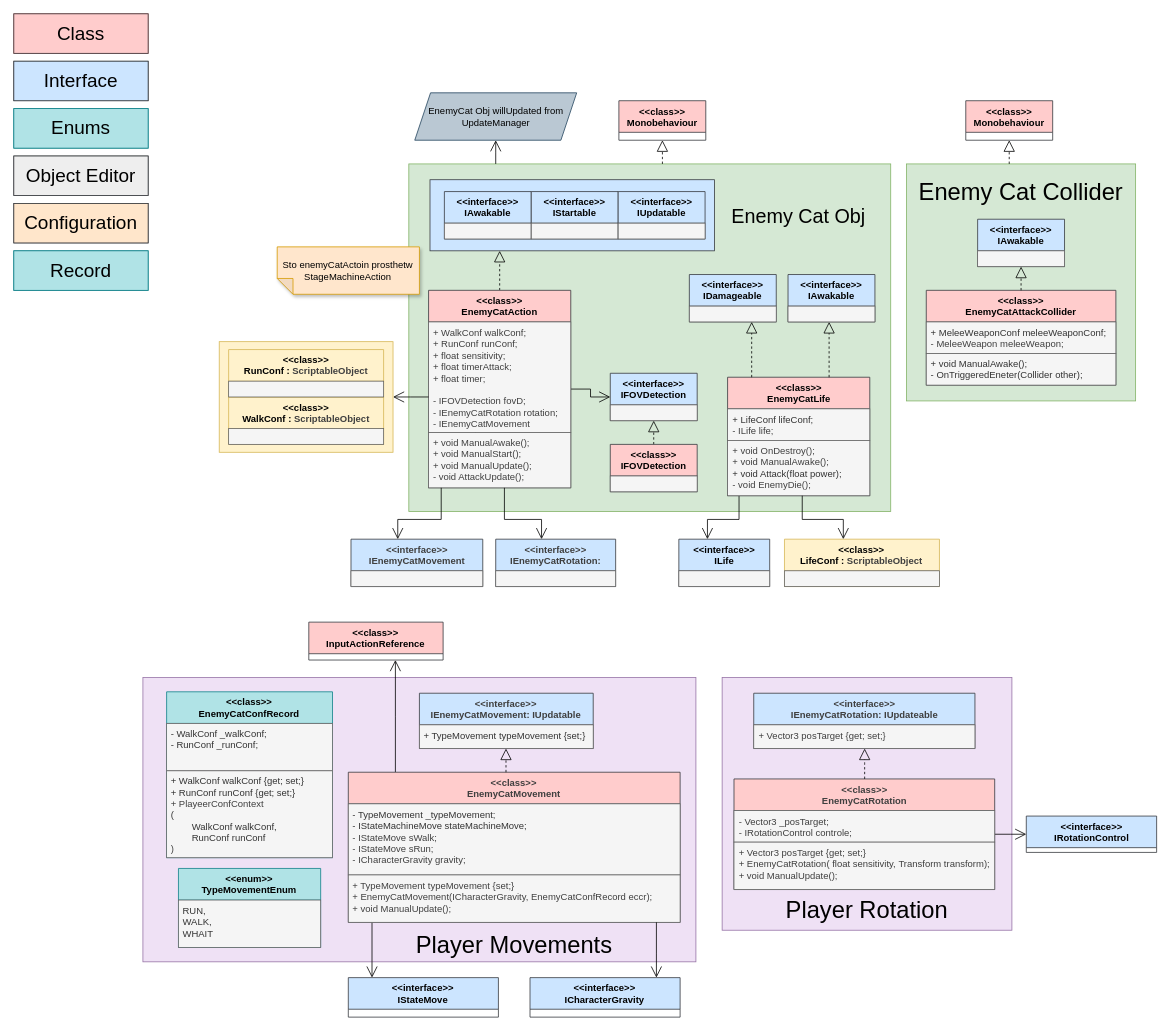
The draw.io diagram doc/Class_Diagram_EnemyCat.drawio in OGecgo/TheCatCult, before the edit. Source tidied: cells renumbered, new cells numbered last; positions are measured from the earlier drawing's top-left corner, leaving out a move shared by most shapes. Both pictures are drawn from the tidied source at 79%, with x=0, y=0 at pixel (13, 13).
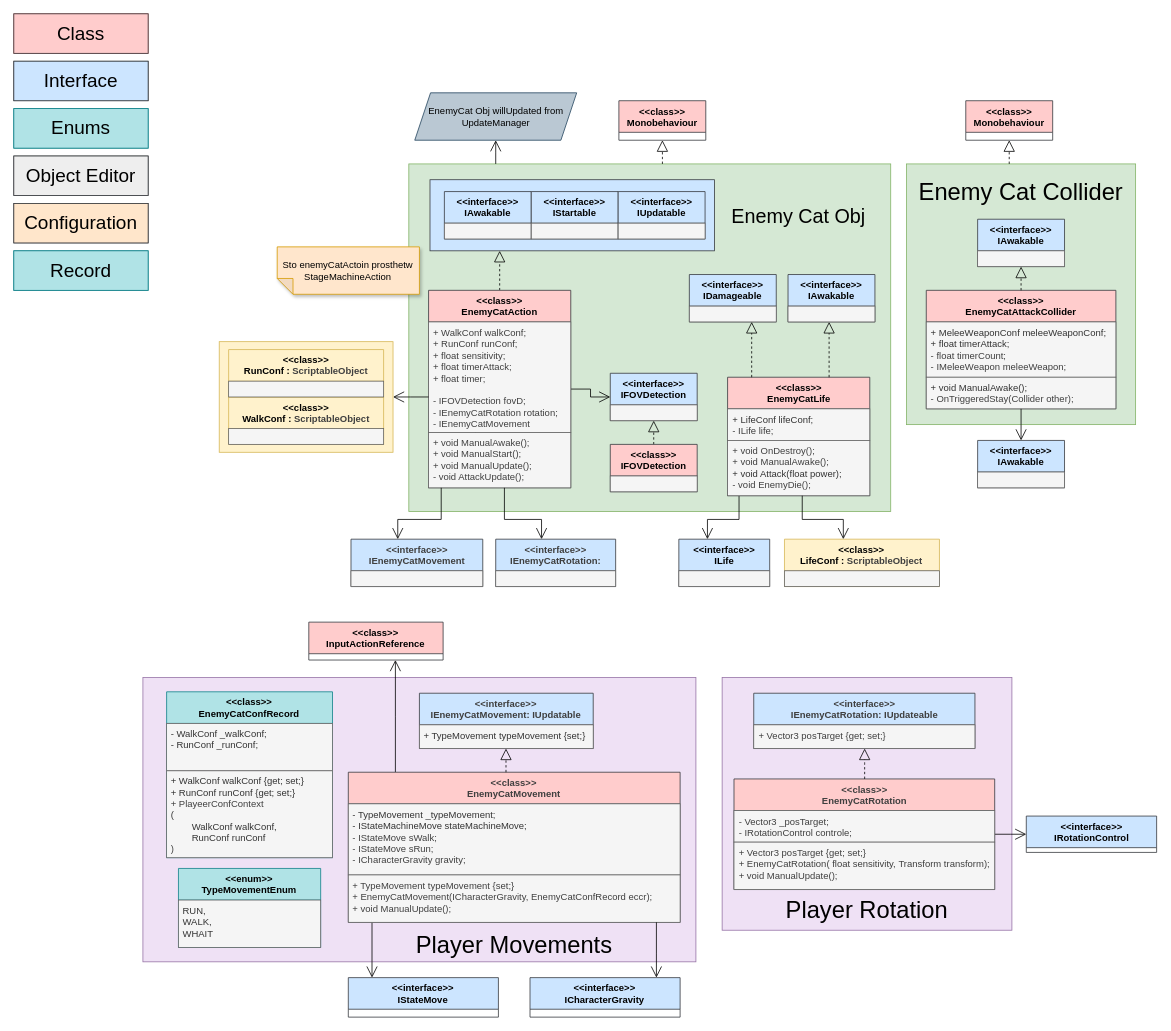
The same page after the edit.

The edit, as a diff of the source:
```diff
@@
     <mxCell id="102" style="rounded=0;whiteSpace=wrap;html=1;fillColor=#d5e8d4;strokeColor=#82b366;strokeWidth=1;" parent="1" vertex="1">
-      <mxGeometry x="1130" y="190" width="290" height="300" as="geometry" />
+      <mxGeometry x="1130" y="190" width="290" height="330" as="geometry" />
     </mxCell>
@@
     <mxCell id="104" value="&lt;div&gt;&amp;lt;&amp;lt;class&amp;gt;&amp;gt;&lt;/div&gt;&lt;div&gt;EnemyCatAttackCollider&lt;/div&gt;" style="swimlane;fontStyle=1;align=center;verticalAlign=top;horizontal=1;startSize=40;whiteSpace=wrap;html=1;fillColor=#ffcccc;strokeColor=#36393d;" parent="1" vertex="1">
-      <mxGeometry x="1155" y="350" width="240" height="120" as="geometry" />
+      <mxGeometry x="1155" y="350" width="240" height="150" as="geometry" />
     </mxCell>
-    <mxCell id="105" value="&lt;div&gt;+ MeleeWeaponConf meleeWeaponConf;&lt;/div&gt;&lt;div&gt;&lt;span style=&quot;color: rgb(63, 63, 63);&quot;&gt;- MeleeWeapon meleeWeapon;&lt;/span&gt;&lt;/div&gt;" style="text;align=left;verticalAlign=top;spacingLeft=4;spacingRight=4;overflow=hidden;whiteSpace=wrap;html=1;fillColor=#f5f5f5;fontColor=#333333;strokeColor=#666666;" parent="104" vertex="1">
-      <mxGeometry y="40" width="240" height="40" as="geometry" />
+    <mxCell id="105" value="&lt;div&gt;+ MeleeWeaponConf meleeWeaponConf;&lt;/div&gt;&lt;div&gt;+ float timerAttack;&lt;/div&gt;&lt;div&gt;&lt;span style=&quot;color: rgb(63, 63, 63);&quot;&gt;- float timerCount;&lt;/span&gt;&lt;/div&gt;&lt;div&gt;&lt;span style=&quot;color: rgb(63, 63, 63);&quot;&gt;- IMeleeWeapon meleeWeapon;&lt;/span&gt;&lt;/div&gt;" style="text;align=left;verticalAlign=top;spacingLeft=4;spacingRight=4;overflow=hidden;whiteSpace=wrap;html=1;fillColor=#f5f5f5;fontColor=#333333;strokeColor=#666666;" parent="104" vertex="1">
+      <mxGeometry y="40" width="240" height="70" as="geometry" />
     </mxCell>
-    <mxCell id="106" value="&lt;div&gt;&lt;span style=&quot;background-color: transparent;&quot;&gt;+ void ManualAwake();&lt;/span&gt;&lt;/div&gt;&lt;div&gt;- OnTriggeredEneter(Collider other);&lt;/div&gt;" style="text;align=left;verticalAlign=top;spacingLeft=4;spacingRight=4;overflow=hidden;whiteSpace=wrap;html=1;fillColor=#f5f5f5;fontColor=#333333;strokeColor=#666666;" parent="104" vertex="1">
-      <mxGeometry y="80" width="240" height="40" as="geometry" />
+    <mxCell id="106" value="&lt;div&gt;&lt;span style=&quot;background-color: transparent;&quot;&gt;+ void ManualAwake();&lt;/span&gt;&lt;/div&gt;&lt;div&gt;&lt;span style=&quot;color: rgb(63, 63, 63);&quot;&gt;- OnTriggeredStay(Collider other);&lt;/span&gt;&lt;/div&gt;" style="text;align=left;verticalAlign=top;spacingLeft=4;spacingRight=4;overflow=hidden;whiteSpace=wrap;html=1;fillColor=#f5f5f5;fontColor=#333333;strokeColor=#666666;" parent="104" vertex="1">
+      <mxGeometry y="110" width="240" height="40" as="geometry" />
     </mxCell>
@@
+    <mxCell id="112" value="&lt;div&gt;&amp;lt;&amp;lt;interface&amp;gt;&amp;gt;&lt;/div&gt;&lt;div&gt;IAwakable&lt;/div&gt;" style="swimlane;fontStyle=1;align=center;verticalAlign=top;horizontal=1;startSize=40;whiteSpace=wrap;html=1;fillColor=#cce5ff;strokeColor=#36393d;" parent="1" vertex="1">
+      <mxGeometry x="1220" y="540" width="110" height="60" as="geometry" />
+    </mxCell>
+    <mxCell id="113" style="text;align=left;verticalAlign=top;spacingLeft=4;spacingRight=4;overflow=hidden;whiteSpace=wrap;html=1;fillColor=#f5f5f5;fontColor=#333333;strokeColor=#666666;" parent="112" vertex="1">
+      <mxGeometry y="40" width="110" height="20" as="geometry" />
+    </mxCell>
+    <mxCell id="114" style="edgeStyle=elbowEdgeStyle;html=1;endSize=12;endArrow=open;endFill=0;rounded=0;" parent="1" edge="1" source="104" target="112">
+      <mxGeometry relative="1" as="geometry" />
+    </mxCell>
```
